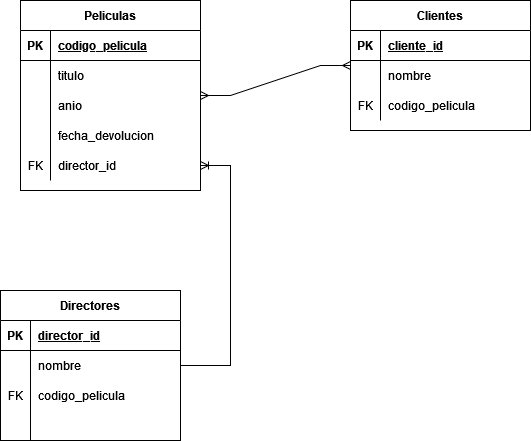
Above: 1FN.png in Al-Sagredo/Normalizacion (draw.io), before the change. Source tidied: cells renumbered, new cells last; positions are measured from the earlier drawing's top-left corner, leaving out a move shared by most shapes.
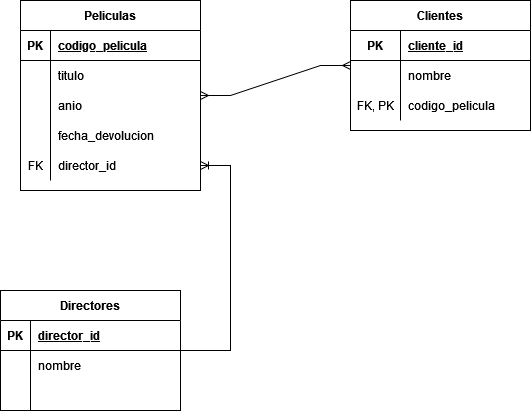
The same diagram one commit later.

The edit, as a diff of the source:
```diff
@@ -57,34 +57,34 @@
       <mxGeometry y="30" width="180" height="30" as="geometry" />
     </mxCell>
     <mxCell id="20" value="PK" style="shape=partialRectangle;fillColor=none;top=0;left=0;bottom=0;right=0;fontStyle=1;overflow=hidden;" parent="19" vertex="1">
-      <mxGeometry width="30" height="30" as="geometry" />
+      <mxGeometry width="50" height="30" as="geometry" />
     </mxCell>
     <mxCell id="21" value="cliente_id" style="shape=partialRectangle;fillColor=none;top=0;left=0;bottom=0;right=0;align=left;spacingLeft=6;fontStyle=5;overflow=hidden;" parent="19" vertex="1">
-      <mxGeometry x="30" width="150" height="30" as="geometry" />
+      <mxGeometry x="50" width="130" height="30" as="geometry" />
     </mxCell>
     <mxCell id="22" style="shape=tableRow;horizontal=0;startSize=0;swimlaneHead=0;swimlaneBody=0;fillColor=none;top=0;left=0;right=0;bottom=0;" parent="18" vertex="1">
       <mxGeometry y="60" width="180" height="30" as="geometry" />
     </mxCell>
     <mxCell id="23" style="shape=partialRectangle;fillColor=none;top=0;left=0;bottom=0;right=0;overflow=hidden;" parent="22" vertex="1">
-      <mxGeometry width="30" height="30" as="geometry" />
+      <mxGeometry width="50" height="30" as="geometry" />
     </mxCell>
     <mxCell id="24" value="nombre" style="shape=partialRectangle;fillColor=none;top=0;left=0;bottom=0;right=0;align=left;spacingLeft=6;overflow=hidden;" parent="22" vertex="1">
-      <mxGeometry x="30" width="150" height="30" as="geometry" />
+      <mxGeometry x="50" width="130" height="30" as="geometry" />
     </mxCell>
     <mxCell id="25" style="shape=tableRow;horizontal=0;startSize=0;swimlaneHead=0;swimlaneBody=0;fillColor=none;top=0;left=0;right=0;bottom=0;" parent="18" vertex="1">
       <mxGeometry y="90" width="180" height="30" as="geometry" />
     </mxCell>
-    <mxCell id="26" value="FK" style="shape=partialRectangle;fillColor=none;top=0;left=0;bottom=0;right=0;fontStyle=0;overflow=hidden;" parent="25" vertex="1">
-      <mxGeometry width="30" height="30" as="geometry" />
+    <mxCell id="26" value="FK, PK" style="shape=partialRectangle;fillColor=none;top=0;left=0;bottom=0;right=0;fontStyle=0;overflow=hidden;" parent="25" vertex="1">
+      <mxGeometry width="50" height="30" as="geometry" />
     </mxCell>
     <mxCell id="27" value="codigo_pelicula" style="shape=partialRectangle;fillColor=none;top=0;left=0;bottom=0;right=0;align=left;spacingLeft=6;fontStyle=0;overflow=hidden;" parent="25" vertex="1">
-      <mxGeometry x="30" width="150" height="30" as="geometry" />
+      <mxGeometry x="50" width="130" height="30" as="geometry" />
     </mxCell>
     <mxCell id="28" style="edgeStyle=entityRelationEdgeStyle;fontSize=12;html=1;endArrow=ERmany;startArrow=ERmany;rounded=0;" parent="1" edge="1" source="2" target="18">
       <mxGeometry relative="1" as="geometry" />
     </mxCell>
     <mxCell id="29" value="Directores" style="shape=table;startSize=30;rowLines=0;fontStyle=1;align=center;" parent="1" vertex="1">
-      <mxGeometry y="290" width="180" height="150" as="geometry" />
+      <mxGeometry y="290" width="180" height="120" as="geometry" />
     </mxCell>
     <mxCell id="30" style="shape=tableRow;horizontal=0;startSize=0;swimlaneHead=0;swimlaneBody=0;fillColor=none;top=0;left=0;right=0;bottom=1;" parent="29" vertex="1">
       <mxGeometry y="30" width="180" height="30" as="geometry" />
@@ -104,17 +104,8 @@
     <mxCell id="35" value="nombre" style="shape=partialRectangle;fillColor=none;top=0;left=0;bottom=0;right=0;align=left;spacingLeft=6;overflow=hidden;" parent="33" vertex="1">
       <mxGeometry x="30" width="150" height="30" as="geometry" />
     </mxCell>
-    <mxCell id="36" style="shape=tableRow;horizontal=0;startSize=0;swimlaneHead=0;swimlaneBody=0;fillColor=none;top=0;left=0;right=0;bottom=0;" parent="29" vertex="1">
-      <mxGeometry y="90" width="180" height="30" as="geometry" />
-    </mxCell>
-    <mxCell id="37" value="FK" style="shape=partialRectangle;fillColor=none;top=0;left=0;bottom=0;right=0;fontStyle=0;overflow=hidden;" parent="36" vertex="1">
-      <mxGeometry width="30" height="30" as="geometry" />
-    </mxCell>
-    <mxCell id="38" value="codigo_pelicula" style="shape=partialRectangle;fillColor=none;top=0;left=0;bottom=0;right=0;align=left;spacingLeft=6;fontStyle=0;overflow=hidden;" parent="36" vertex="1">
-      <mxGeometry x="30" width="150" height="30" as="geometry" />
-    </mxCell>
     <mxCell id="39" style="shape=tableRow;horizontal=0;startSize=0;swimlaneHead=0;swimlaneBody=0;fillColor=none;top=0;left=0;right=0;bottom=0;" parent="29" vertex="1">
-      <mxGeometry y="120" width="180" height="30" as="geometry" />
+      <mxGeometry y="90" width="180" height="30" as="geometry" />
     </mxCell>
     <mxCell id="40" style="shape=partialRectangle;fillColor=none;top=0;left=0;bottom=0;right=0;overflow=hidden;" parent="39" vertex="1">
       <mxGeometry width="30" height="30" as="geometry" />
```
